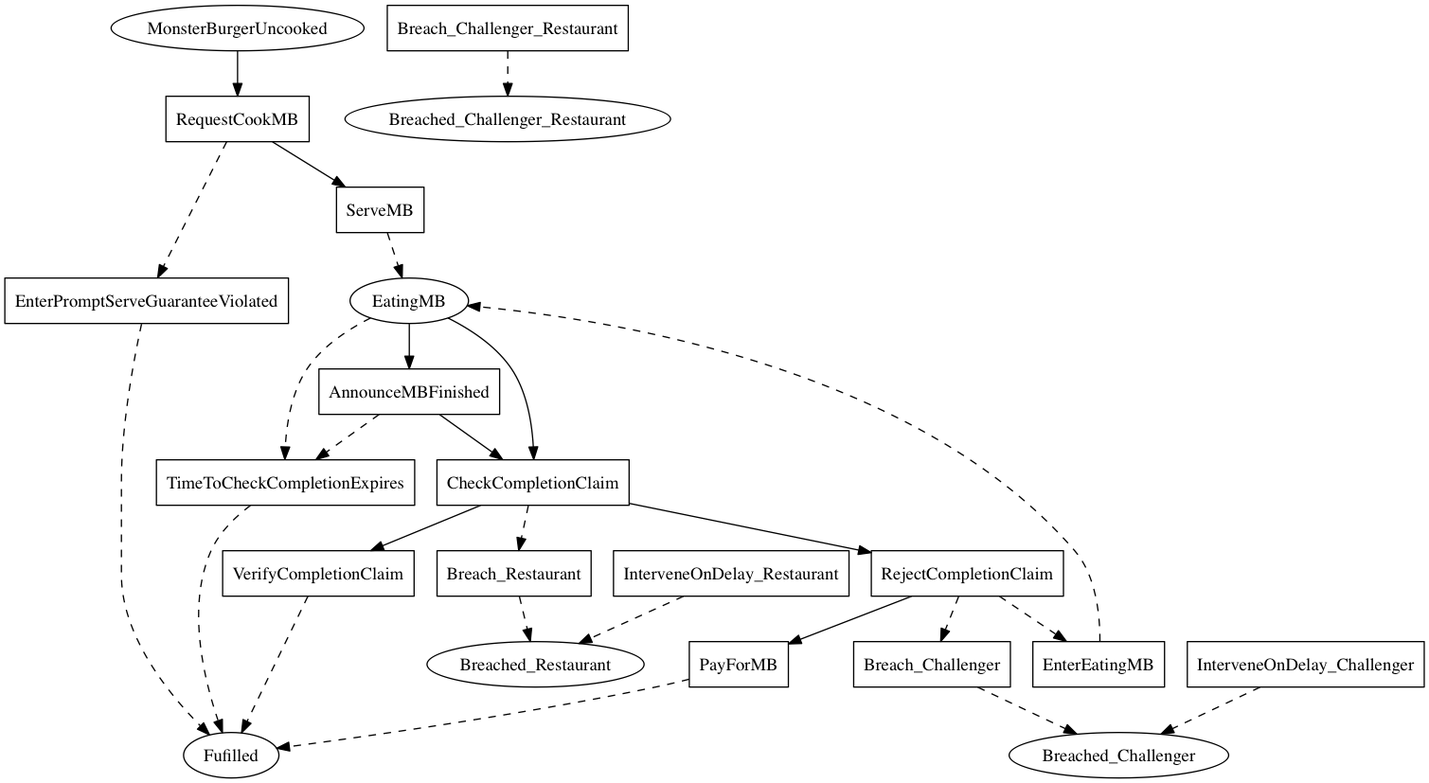
Earlier version of the Graphviz export linear_state_machine_language/pyL4/examples/out_graphviz/toy_and_teaching/monster_burger_program_only.png (Marcao02/complaw-deeptech). Its source is kept beside it as linear_state_machine_language/pyL4/examples/out_graphviz/toy_and_teaching/monster_burger_program_only.dot.
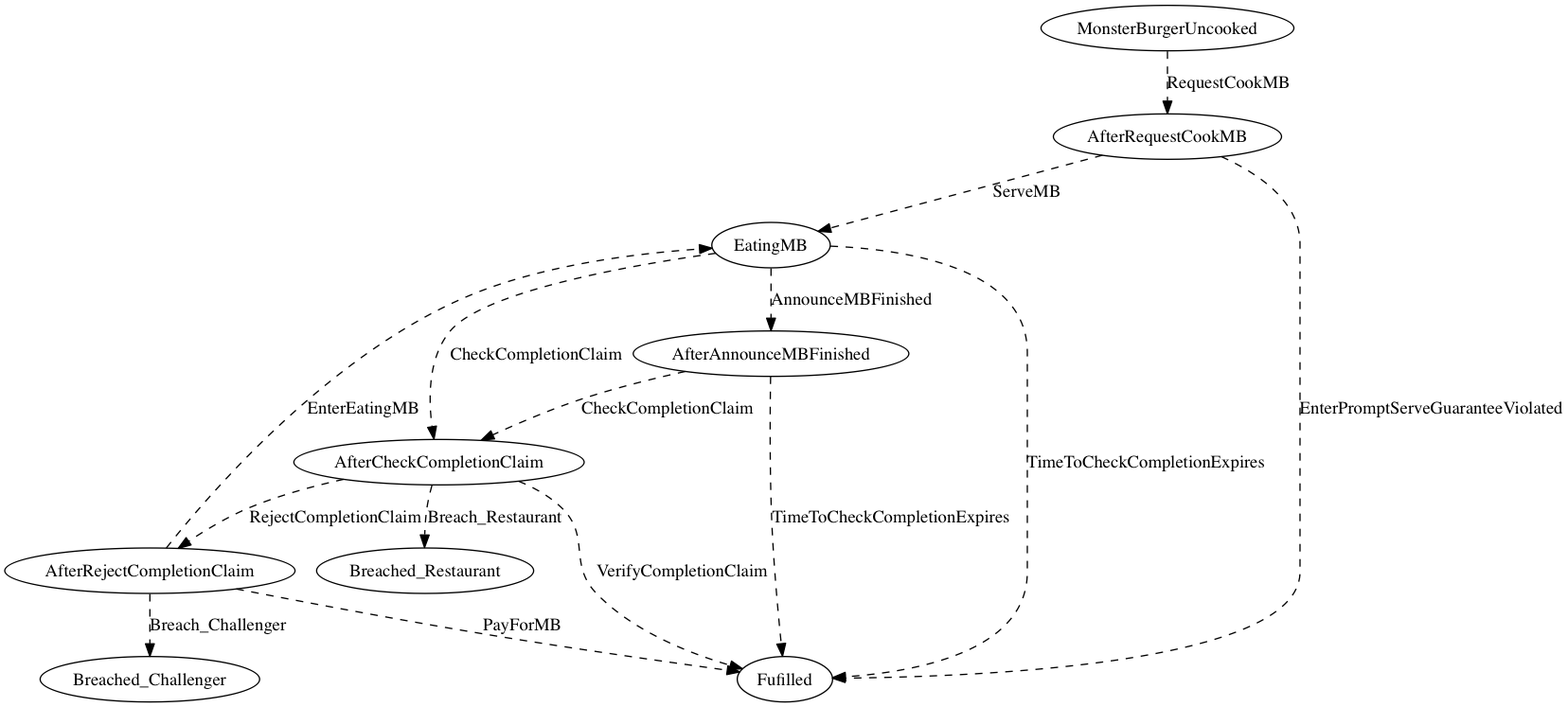
After the commit.

What changed in the source:
```diff
@@ -2,56 +2,28 @@
 digraph Monster_Burger {
     Fulfilled[label=Fufilled];
     MonsterBurgerUncooked[label=MonsterBurgerUncooked];
-	EatingMB[label=EatingMB];
-	Breached_Restaurant[label=Breached_Restaurant];
-	Breached_Challenger[label=Breached_Challenger];
-	Breached_Challenger_Restaurant[label=Breached_Challenger_Restaurant]
-
-
-    RequestCookMB[label=RequestCookMB,shape=box];
-	ServeMB[label=ServeMB,shape=box];
-	EnterPromptServeGuaranteeViolated[label=EnterPromptServeGuaranteeViolated,shape=box];
-	EnterEatingMB[label=EnterEatingMB,shape=box];
-	AnnounceMBFinished[label=AnnounceMBFinished,shape=box];
-	TimeToCheckCompletionExpires[label=TimeToCheckCompletionExpires,shape=box];
-	CheckCompletionClaim[label=CheckCompletionClaim,shape=box];
-	RejectCompletionClaim[label=RejectCompletionClaim,shape=box];
-	PayForMB[label=PayForMB,shape=box];
-	VerifyCompletionClaim[label=VerifyCompletionClaim,shape=box];
-	Breach_Restaurant[label=Breach_Restaurant,shape=box];
-	Breach_Challenger[label=Breach_Challenger,shape=box];
-	Breach_Challenger_Restaurant[label=Breach_Challenger_Restaurant,shape=box];
-	InterveneOnDelay_Challenger[label=InterveneOnDelay_Challenger,shape=box];
-	InterveneOnDelay_Restaurant[label=InterveneOnDelay_Restaurant,shape=box]
+	EatingMB[label=EatingMB]
 
 
 
-    MonsterBurgerUncooked -> RequestCookMB;
-	RequestCookMB -> ServeMB;
-	RequestCookMB -> EnterPromptServeGuaranteeViolated [style=dashed];
-	EatingMB -> AnnounceMBFinished;
-	EatingMB -> CheckCompletionClaim;
-	EatingMB -> TimeToCheckCompletionExpires [style=dashed];
-	AnnounceMBFinished -> CheckCompletionClaim;
-	AnnounceMBFinished -> TimeToCheckCompletionExpires [style=dashed];
-	CheckCompletionClaim -> VerifyCompletionClaim;
-	CheckCompletionClaim -> RejectCompletionClaim;
-	CheckCompletionClaim -> Breach_Restaurant [style=dashed];
-	RejectCompletionClaim -> EnterEatingMB [style=dashed];
-	RejectCompletionClaim -> PayForMB;
-	RejectCompletionClaim -> Breach_Challenger [style=dashed]
 
-    ServeMB -> EatingMB [style=dashed];
-	EnterPromptServeGuaranteeViolated -> Fulfilled [style=dashed];
-	EnterEatingMB -> EatingMB [style=dashed];
-	TimeToCheckCompletionExpires -> Fulfilled [style=dashed];
-	PayForMB -> Fulfilled [style=dashed];
-	VerifyCompletionClaim -> Fulfilled [style=dashed];
-	Breach_Restaurant -> Breached_Restaurant [style=dashed];
-	Breach_Challenger -> Breached_Challenger [style=dashed];
-	Breach_Challenger_Restaurant -> Breached_Challenger_Restaurant [style=dashed];
-	InterveneOnDelay_Challenger -> Breached_Challenger [style=dashed];
-	InterveneOnDelay_Restaurant -> Breached_Restaurant [style=dashed];
+
+
+
+    MonsterBurgerUncooked -> AfterRequestCookMB [style=dashed,label=RequestCookMB];
+	AfterRequestCookMB -> EatingMB [style=dashed,label=ServeMB];
+	AfterRequestCookMB -> Fulfilled [style=dashed,label=EnterPromptServeGuaranteeViolated];
+	EatingMB -> AfterAnnounceMBFinished [style=dashed,label=AnnounceMBFinished];
+	EatingMB -> AfterCheckCompletionClaim [style=dashed,label=CheckCompletionClaim];
+	EatingMB -> Fulfilled [style=dashed,label=TimeToCheckCompletionExpires];
+	AfterAnnounceMBFinished -> AfterCheckCompletionClaim [style=dashed,label=CheckCompletionClaim];
+	AfterAnnounceMBFinished -> Fulfilled [style=dashed,label=TimeToCheckCompletionExpires];
+	AfterCheckCompletionClaim -> Fulfilled [style=dashed,label=VerifyCompletionClaim];
+	AfterCheckCompletionClaim -> AfterRejectCompletionClaim [style=dashed,label=RejectCompletionClaim];
+	AfterCheckCompletionClaim -> Breached_Restaurant [style=dashed,label=Breach_Restaurant];
+	AfterRejectCompletionClaim -> EatingMB [style=dashed,label=EnterEatingMB];
+	AfterRejectCompletionClaim -> Fulfilled [style=dashed,label=PayForMB];
+	AfterRejectCompletionClaim -> Breached_Challenger [style=dashed,label=Breach_Challenger];
 
 
 
```
